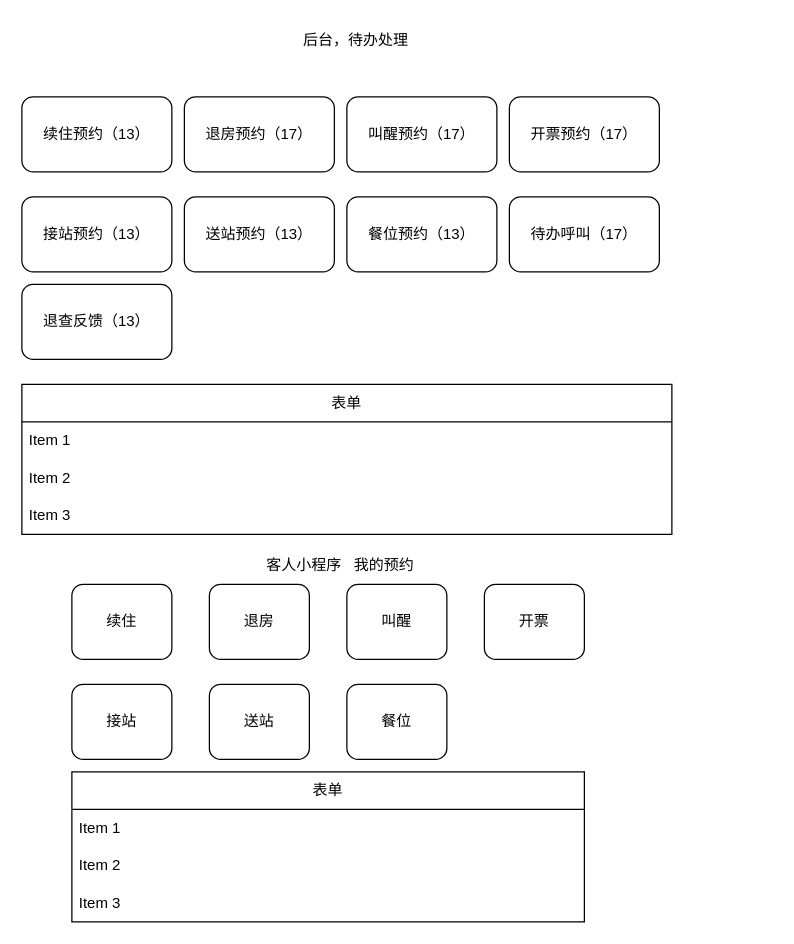
The draw.io diagram xzzh/服务管家.drawio in daniel-7d/draw, before the edit. Source tidied: cells renumbered, new cells numbered last; positions are measured from the earlier drawing's top-left corner, leaving out a move shared by most shapes. Both pictures are drawn from the tidied source at 125%, with x=0, y=0 at pixel (21, 21).
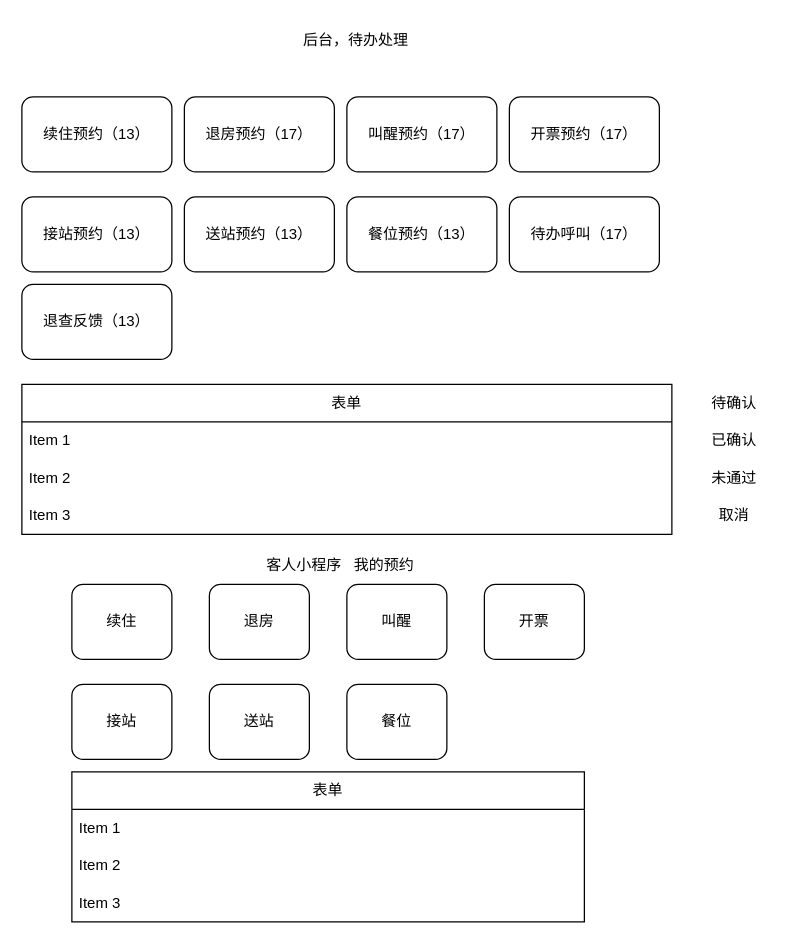
The same diagram, later.

Commit message (it also covers changes not shown here):
更新服务管家.drawio

What changed in the source:
```diff
@@
+    <mxCell id="28" value="待确认" style="text;html=1;strokeColor=none;fillColor=none;align=center;verticalAlign=middle;whiteSpace=wrap;rounded=0;" parent="1" vertex="1">
+      <mxGeometry x="540" y="290" width="60" height="30" as="geometry" />
+    </mxCell>
+    <mxCell id="29" value="已确认" style="text;html=1;strokeColor=none;fillColor=none;align=center;verticalAlign=middle;whiteSpace=wrap;rounded=0;" parent="1" vertex="1">
+      <mxGeometry x="540" y="320" width="60" height="30" as="geometry" />
+    </mxCell>
+    <mxCell id="30" value="未通过" style="text;html=1;strokeColor=none;fillColor=none;align=center;verticalAlign=middle;whiteSpace=wrap;rounded=0;" parent="1" vertex="1">
+      <mxGeometry x="540" y="350" width="60" height="30" as="geometry" />
+    </mxCell>
+    <mxCell id="31" value="取消" style="text;html=1;strokeColor=none;fillColor=none;align=center;verticalAlign=middle;whiteSpace=wrap;rounded=0;" parent="1" vertex="1">
+      <mxGeometry x="540" y="380" width="60" height="30" as="geometry" />
+    </mxCell>
```
